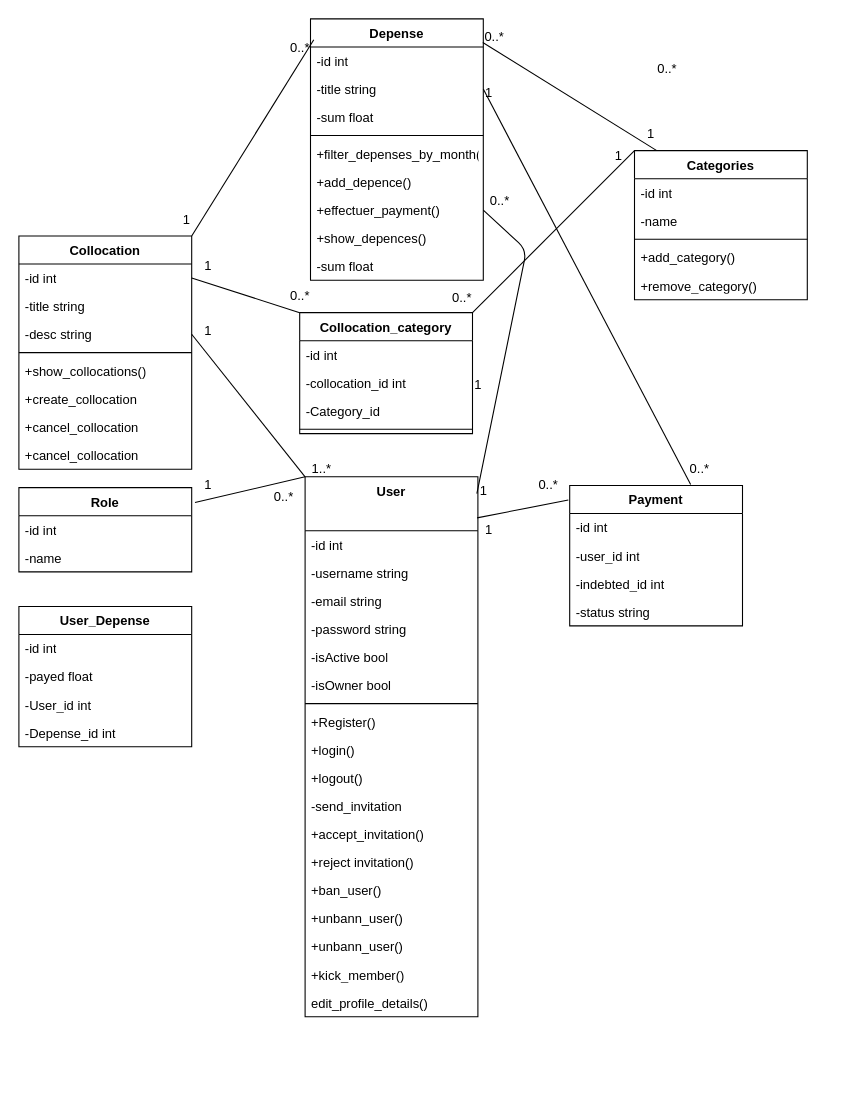
Before: diagrammes/dgm_Classes.drawio in Ammar-Kasimi/briefSoutenance2, a draw.io diagram. Source tidied: cells renumbered, new cells numbered last; positions are measured from the earlier drawing's top-left corner, leaving out a move shared by most shapes. Both pictures are drawn from the tidied source at 108%, with x=0, y=0 at pixel (18, 18).
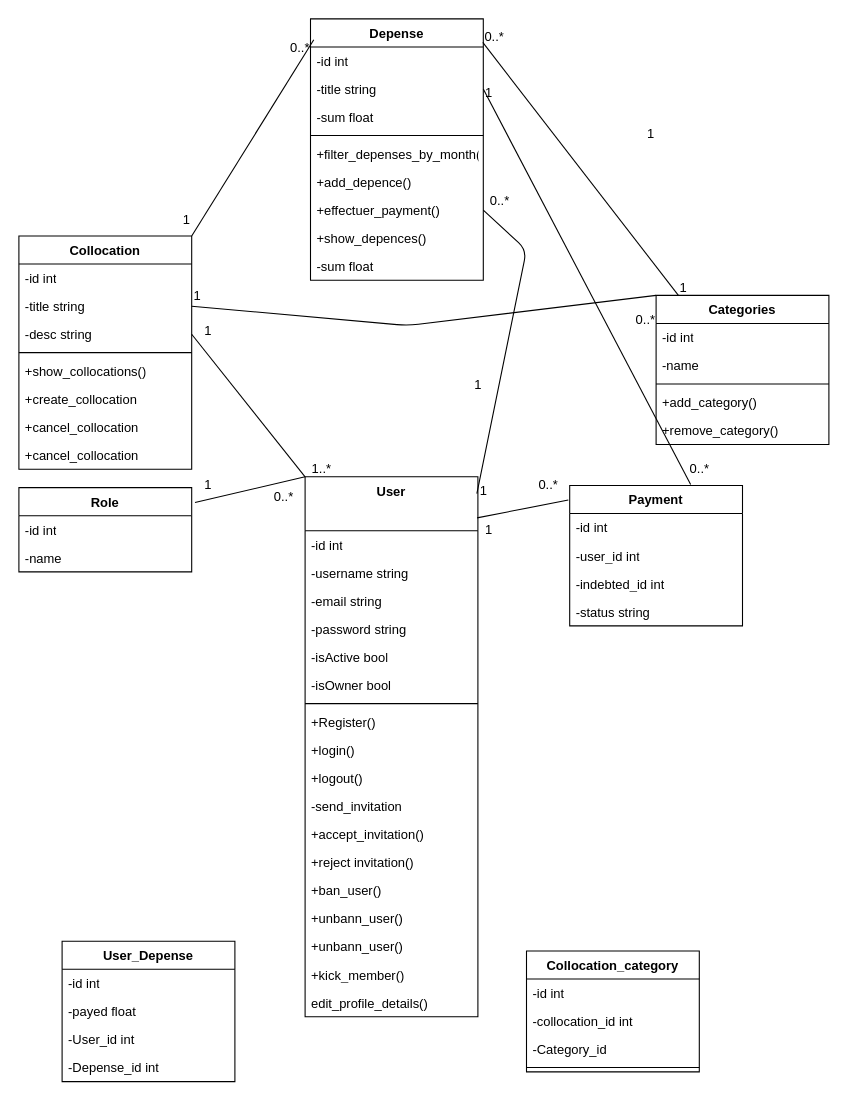
Above is the later version.

Commit message (it also covers changes not shown here):
corrected uml class diagram

Unchanged cells that the change refers to:
```xml
<mxCell id="37" value="-id int" style="text;strokeColor=none;fillColor=none;align=left;verticalAlign=top;spacingLeft=4;spacingRight=4;overflow=hidden;points=[[0,0.5],[1,0.5]];portConstraint=eastwest;whiteSpace=wrap;html=1;" parent="36" vertex="1">
  <mxGeometry y="26" width="160" height="26" as="geometry" />
</mxCell>
<mxCell id="38" value="-title string" style="text;strokeColor=none;fillColor=none;align=left;verticalAlign=top;spacingLeft=4;spacingRight=4;overflow=hidden;points=[[0,0.5],[1,0.5]];portConstraint=eastwest;whiteSpace=wrap;html=1;" parent="36" vertex="1">
  <mxGeometry y="52" width="160" height="26" as="geometry" />
</mxCell>
```

The edit, as a diff of the source:
```diff
@@
     <mxCell id="48" value="Categories" style="swimlane;fontStyle=1;align=center;verticalAlign=top;horizontal=1;startSize=26;whiteSpace=wrap;html=1;" parent="1" vertex="1">
-      <mxGeometry x="570" y="122" width="160" height="138" as="geometry" />
+      <mxGeometry x="590" y="256" width="160" height="138" as="geometry" />
     </mxCell>
@@
-    <mxCell id="64" style="endArrow=none;html=1;exitX=0;exitY=0;exitDx=0;exitDy=0;entryX=1;entryY=0.5;entryDx=0;entryDy=0;" parent="1" edge="1" source="67" target="37">
-      <mxGeometry relative="1" as="geometry" />
-    </mxCell>
-    <mxCell id="65" value="0..*" style="text;html=1;align=center;verticalAlign=middle;strokeColor=none;fillColor=none;" parent="1" vertex="1">
-      <mxGeometry x="240" y="242" width="40" height="30" as="geometry" />
-    </mxCell>
-    <mxCell id="66" value="0..*" style="text;html=1;align=center;verticalAlign=middle;strokeColor=none;fillColor=none;" parent="1" vertex="1">
-      <mxGeometry x="580" y="32" width="40" height="30" as="geometry" />
+    <mxCell id="66" value="1" style="text;html=1;align=center;verticalAlign=middle;strokeColor=none;fillColor=none;" parent="1" vertex="1">
+      <mxGeometry x="600" y="234" width="30" height="30" as="geometry" />
     </mxCell>
     <mxCell id="67" value="Collocation_category" style="swimlane;fontStyle=1;align=center;verticalAlign=top;horizontal=1;startSize=26;whiteSpace=wrap;html=1;" parent="1" vertex="1">
-      <mxGeometry x="260" y="272" width="160" height="112" as="geometry" />
+      <mxGeometry x="470" y="863" width="160" height="112" as="geometry" />
     </mxCell>
@@
-    <mxCell id="72" style="endArrow=none;html=1;exitX=0;exitY=0;exitDx=0;exitDy=0;entryX=1;entryY=0;entryDx=0;entryDy=0;" parent="1" edge="1" source="48" target="67">
-      <mxGeometry relative="1" as="geometry" />
+    <mxCell id="72" style="endArrow=none;html=1;exitX=0;exitY=0;exitDx=0;exitDy=0;entryX=1;entryY=0.5;entryDx=0;entryDy=0;" parent="1" edge="1" source="48" target="38">
+      <mxGeometry relative="1" as="geometry">
+        <Array as="points">
+          <mxPoint x="360" y="284" />
+        </Array>
+      </mxGeometry>
     </mxCell>
-    <mxCell id="73" value="0..*" style="text;html=1;align=center;verticalAlign=middle;strokeColor=none;fillColor=none;" parent="1" vertex="1">
-      <mxGeometry x="390" y="244" width="40" height="30" as="geometry" />
-    </mxCell>
-    <mxCell id="74" value="1" style="text;html=1;align=center;verticalAlign=middle;strokeColor=none;fillColor=none;" parent="1" vertex="1">
-      <mxGeometry x="540" y="112" width="30" height="30" as="geometry" />
+    <mxCell id="74" value="0..*" style="text;html=1;align=center;verticalAlign=middle;strokeColor=none;fillColor=none;" parent="1" vertex="1">
+      <mxGeometry x="560" y="264" width="40" height="30" as="geometry" />
     </mxCell>
     <mxCell id="75" value="1" style="text;html=1;align=center;verticalAlign=middle;strokeColor=none;fillColor=none;" parent="1" vertex="1">
-      <mxGeometry x="160" y="214" width="30" height="30" as="geometry" />
+      <mxGeometry x="150" y="242" width="30" height="30" as="geometry" />
     </mxCell>
@@
     <mxCell id="87" value="User_Depense" style="swimlane;fontStyle=1;align=center;verticalAlign=top;horizontal=1;startSize=26;whiteSpace=wrap;html=1;" parent="1" vertex="1">
-      <mxGeometry y="544" width="160" height="130" as="geometry" />
+      <mxGeometry x="40" y="854" width="160" height="130" as="geometry" />
     </mxCell>
```
